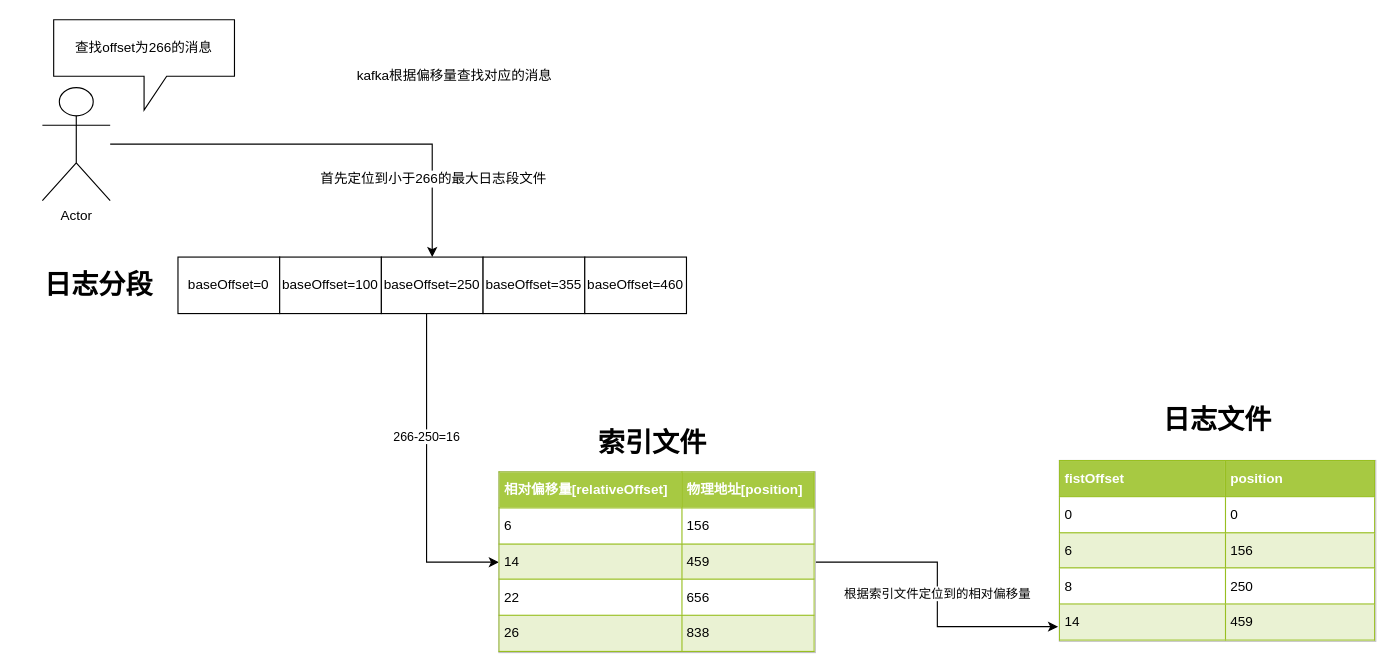
Before: 思维导图/消息队列/kafka设计与实践原理.drawio in liukaixiong/MyHome, a draw.io diagram. Source tidied: cells renumbered, new cells numbered last; positions are measured from the earlier drawing's top-left corner, leaving out a move shared by most shapes. Both pictures are drawn from the tidied source at 113%, with x=0, y=0 at pixel (19, 19).
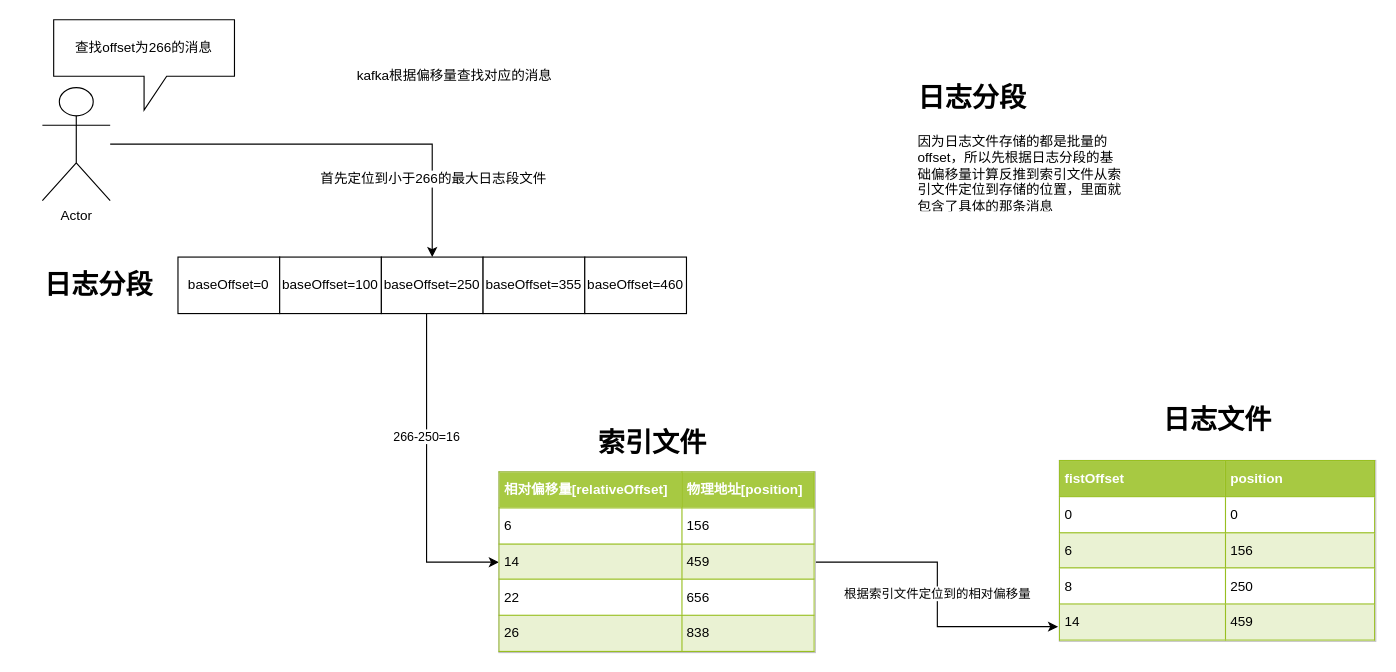
After the change.

The edit, as a diff of the source:
```diff
@@
+    <mxCell id="19" value="&lt;h1&gt;日志分段&lt;/h1&gt;&lt;p&gt;因为日志文件存储的都是批量的offset，所以先根据日志分段的基础偏移量计算反推到索引文件从索引文件定位到存储的位置，里面就包含了具体的那条消息&lt;/p&gt;" style="text;html=1;strokeColor=none;fillColor=none;spacing=5;spacingTop=-20;whiteSpace=wrap;overflow=hidden;rounded=0;" parent="1" vertex="1">
+      <mxGeometry x="790" y="50" width="190" height="120" as="geometry" />
+    </mxCell>
```
